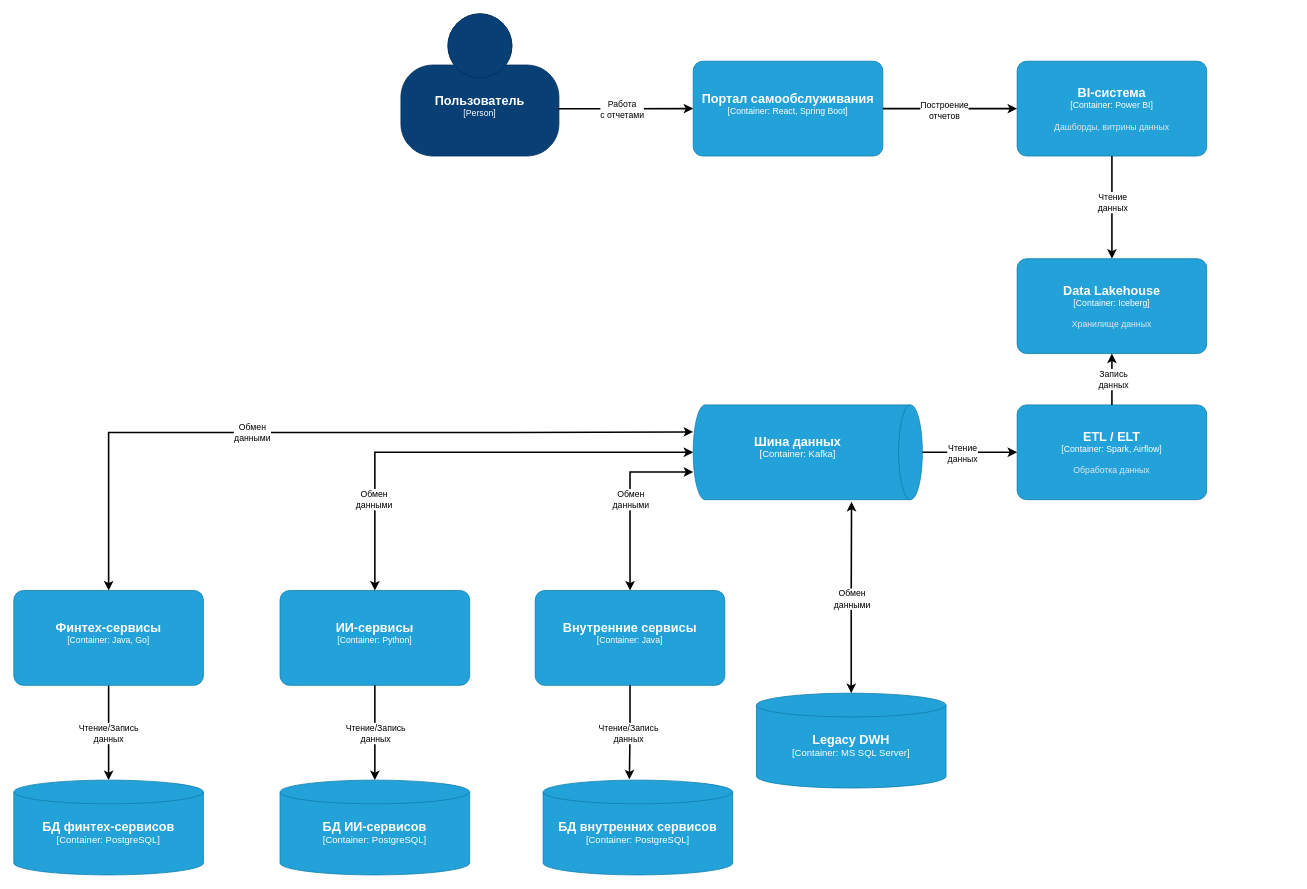
The draw.io diagram Task1/C4-container-diagram.drawio in devdimidved/architecture-future_2_0, before the edit. Source tidied: cells renumbered, new cells numbered last; positions are measured from the earlier drawing's top-left corner, leaving out a move shared by most shapes. Both pictures are drawn from the tidied source at 79%, with x=0, y=0 at pixel (13, 13).
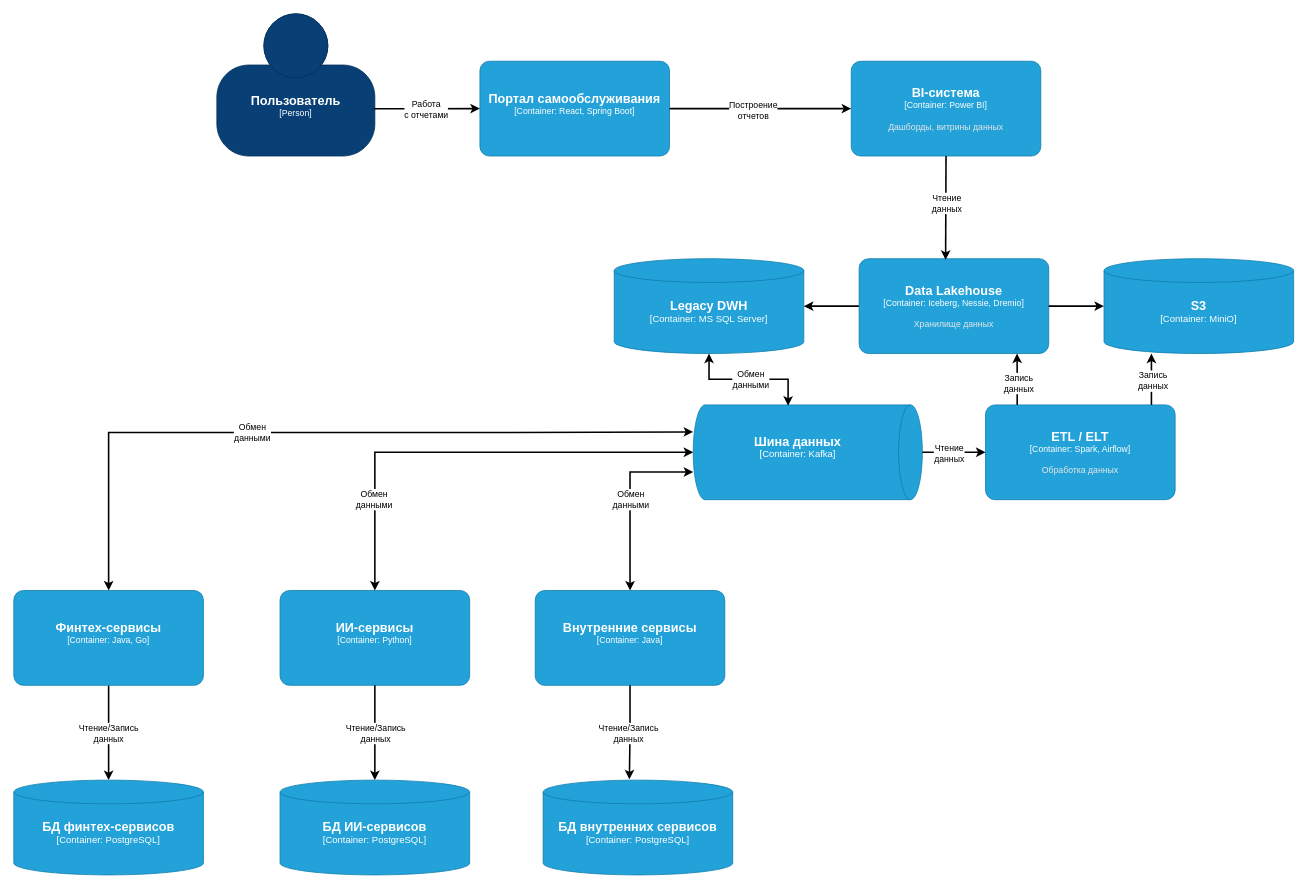
The same page after the edit.

Unchanged cells that the change refers to:
```xml
<object id="3" label="&lt;font style=&quot;font-size: 16px&quot;&gt;&lt;b&gt;%c4Name%&lt;/b&gt;&lt;/font&gt;&lt;div&gt;[%c4Type%:&amp;nbsp;%c4Technology%]&lt;/div&gt;&lt;br&gt;&lt;div&gt;&lt;font style=&quot;font-size: 11px&quot;&gt;&lt;font color=&quot;#E6E6E6&quot;&gt;%c4Description%&lt;/font&gt;&lt;/div&gt;" c4Description="" c4Name="Шина данных" c4Technology="Kafka" c4Type="Container" placeholders="1">
  <mxCell style="shape=cylinder3;size=15;whiteSpace=wrap;html=1;boundedLbl=1;rounded=0;labelBackgroundColor=none;fillColor=#23A2D9;fontSize=12;fontColor=#ffffff;align=center;strokeColor=#0E7DAD;points=[[0.5,0,0],[1,0.25,0],[1,0.5,0],[1,0.75,0],[0.5,1,0],[0,0.75,0],[0,0.5,0],[0,0.25,0]];direction=south;" parent="1" vertex="1">
    <mxGeometry x="860" y="495" width="290" height="120" as="geometry" />
  </mxCell>
</object>
```

Change to the diagram source:
```diff
@@
     <object id="2" label="&lt;font style=&quot;font-size: 16px&quot;&gt;&lt;b&gt;%c4Name%&lt;/b&gt;&lt;/font&gt;&lt;div&gt;[%c4Type%:&amp;nbsp;%c4Technology%]&lt;/div&gt;&lt;br&gt;&lt;div&gt;&lt;font style=&quot;font-size: 11px&quot;&gt;&lt;font color=&quot;#E6E6E6&quot;&gt;%c4Description%&lt;/font&gt;&lt;/div&gt;" c4Description="" c4Name="Legacy DWH" c4Technology="MS SQL Server" c4Type="Container" placeholders="1">
       <mxCell style="shape=cylinder3;size=15;whiteSpace=wrap;html=1;boundedLbl=1;rounded=0;labelBackgroundColor=none;fillColor=#23A2D9;fontSize=12;fontColor=#ffffff;align=center;strokeColor=#0E7DAD;points=[[0.5,0,0],[1,0.25,0],[1,0.5,0],[1,0.75,0],[0.5,1,0],[0,0.75,0],[0,0.5,0],[0,0.25,0]];" parent="1" vertex="1">
-        <mxGeometry x="940" y="860" width="240" height="120" as="geometry" />
+        <mxGeometry x="760" y="310" width="240" height="120" as="geometry" />
       </mxCell>
     </object>
@@
     <object id="4" label="&lt;font style=&quot;font-size: 16px&quot;&gt;&lt;b&gt;%c4Name%&lt;/b&gt;&lt;/font&gt;&lt;div&gt;[%c4Type%]&lt;/div&gt;&lt;br&gt;&lt;div&gt;&lt;font style=&quot;font-size: 11px&quot;&gt;&lt;font color=&quot;#cccccc&quot;&gt;%c4Description%&lt;/font&gt;&lt;/div&gt;" c4Description="" c4Name="Пользователь" c4Type="Person" placeholders="1">
       <mxCell style="html=1;fontSize=11;dashed=0;whiteSpace=wrap;fillColor=#083F75;strokeColor=#06315C;fontColor=#ffffff;shape=mxgraph.c4.person2;align=center;points=[[0.5,0,0],[1,0.5,0],[1,0.75,0],[0.75,1,0],[0.5,1,0],[0.25,1,0],[0,0.75,0],[0,0.5,0]];" parent="1" vertex="1">
-        <mxGeometry x="490" width="200" height="180" as="geometry" />
+        <mxGeometry x="257" width="200" height="180" as="geometry" />
       </mxCell>
     </object>
@@
     <object id="13" label="&lt;font style=&quot;font-size: 16px&quot;&gt;&lt;b&gt;%c4Name%&lt;/b&gt;&lt;/font&gt;&lt;div&gt;[%c4Type%: %c4Technology%]&lt;/div&gt;&lt;br&gt;&lt;div&gt;&lt;font style=&quot;font-size: 11px&quot;&gt;&lt;font color=&quot;#E6E6E6&quot;&gt;%c4Description%&lt;/font&gt;&lt;/div&gt;" c4Description="Обработка данных" c4Name="ETL / ELT" c4Technology="Spark, Airflow" c4Type="Container" placeholders="1">
       <mxCell style="rounded=1;whiteSpace=wrap;html=1;fontSize=11;labelBackgroundColor=none;fillColor=#23A2D9;fontColor=#ffffff;align=center;arcSize=10;strokeColor=#0E7DAD;points=[[0.25,0,0],[0.5,0,0],[0.75,0,0],[1,0.25,0],[1,0.5,0],[1,0.75,0],[0.75,1,0],[0.5,1,0],[0.25,1,0],[0,0.75,0],[0,0.5,0],[0,0.25,0]];" parent="1" vertex="1">
-        <mxGeometry x="1270" y="495" width="240" height="120" as="geometry" />
+        <mxGeometry x="1230" y="495" width="240" height="120" as="geometry" />
       </mxCell>
     </object>
+    <mxCell id="39" style="edgeStyle=orthogonalEdgeStyle;rounded=0;jettySize=auto;html=1;strokeWidth=2;" parent="1" edge="1" source="14" target="2">
+      <mxGeometry relative="1" as="geometry" />
+    </mxCell>
-    <object id="14" label="&lt;font style=&quot;font-size: 16px&quot;&gt;&lt;b&gt;%c4Name%&lt;/b&gt;&lt;/font&gt;&lt;div&gt;[%c4Type%: %c4Technology%]&lt;/div&gt;&lt;br&gt;&lt;div&gt;&lt;font style=&quot;font-size: 11px&quot;&gt;&lt;font color=&quot;#E6E6E6&quot;&gt;%c4Description%&lt;/font&gt;&lt;/div&gt;" c4Description="Хранилище данных" c4Name="Data Lakehouse" c4Technology="Iceberg" c4Type="Container" placeholders="1">
+    <object id="14" label="&lt;font style=&quot;font-size: 16px&quot;&gt;&lt;b&gt;%c4Name%&lt;/b&gt;&lt;/font&gt;&lt;div&gt;[%c4Type%: %c4Technology%]&lt;/div&gt;&lt;br&gt;&lt;div&gt;&lt;font style=&quot;font-size: 11px&quot;&gt;&lt;font color=&quot;#E6E6E6&quot;&gt;%c4Description%&lt;/font&gt;&lt;/div&gt;" c4Description="Хранилище данных" c4Name="Data Lakehouse" c4Technology="Iceberg, Nessie, Dremio" c4Type="Container" placeholders="1">
       <mxCell style="rounded=1;whiteSpace=wrap;html=1;fontSize=11;labelBackgroundColor=none;fillColor=#23A2D9;fontColor=#ffffff;align=center;arcSize=10;strokeColor=#0E7DAD;points=[[0.25,0,0],[0.5,0,0],[0.75,0,0],[1,0.25,0],[1,0.5,0],[1,0.75,0],[0.75,1,0],[0.5,1,0],[0.25,1,0],[0,0.75,0],[0,0.5,0],[0,0.25,0]];" parent="1" vertex="1">
-        <mxGeometry x="1270" y="310" width="240" height="120" as="geometry" />
+        <mxGeometry x="1070" y="310" width="240" height="120" as="geometry" />
       </mxCell>
     </object>
@@
-    <mxCell id="25" style="edgeStyle=orthogonalEdgeStyle;rounded=0;jettySize=auto;html=1;entryX=0.5;entryY=1;entryDx=0;entryDy=0;entryPerimeter=0;strokeWidth=2;" parent="1" edge="1" source="13" target="14">
-      <mxGeometry relative="1" as="geometry" />
-    </mxCell>
-    <mxCell id="26" value="Запись&lt;div&gt;данных&lt;/div&gt;" style="edgeLabel;html=1;align=center;verticalAlign=middle;" parent="25" vertex="1">
-      <mxGeometry x="0.03" y="-1" relative="1" as="geometry" />
-    </mxCell>
@@
-    <mxCell id="29" style="edgeStyle=orthogonalEdgeStyle;rounded=0;jettySize=auto;html=1;entryX=1.023;entryY=0.309;entryDx=0;entryDy=0;entryPerimeter=0;strokeWidth=2;startArrow=classic;startFill=1;" parent="1" edge="1" source="2" target="3">
+    <mxCell id="29" style="edgeStyle=orthogonalEdgeStyle;rounded=0;jettySize=auto;html=1;strokeWidth=2;startArrow=classic;startFill=1;entryX=0.009;entryY=0.586;entryDx=0;entryDy=0;entryPerimeter=0;" parent="1" edge="1" source="2" target="3">
       <mxGeometry relative="1" as="geometry" />
     </mxCell>
-    <mxCell id="30" value="Обмен&lt;div&gt;данными&lt;/div&gt;" style="edgeLabel;html=1;align=center;verticalAlign=middle;" parent="1" vertex="1">
-      <mxGeometry x="1060" y="740" as="geometry" />
+    <mxCell id="30" value="Обмен&lt;div&gt;данными&lt;/div&gt;" style="edgeLabel;html=1;align=center;verticalAlign=middle;" parent="29" vertex="1">
+      <mxGeometry x="0.02" relative="1" as="geometry" />
     </mxCell>
     <object id="31" label="&lt;font style=&quot;font-size: 16px&quot;&gt;&lt;b&gt;%c4Name%&lt;/b&gt;&lt;/font&gt;&lt;div&gt;[%c4Type%: %c4Technology%]&lt;/div&gt;&lt;br&gt;&lt;div&gt;&lt;font style=&quot;font-size: 11px&quot;&gt;&lt;font color=&quot;#E6E6E6&quot;&gt;%c4Description%&lt;/font&gt;&lt;/div&gt;" c4Description="" c4Name="Портал самообслуживания" c4Technology="React, Spring Boot" c4Type="Container" placeholders="1">
       <mxCell style="rounded=1;whiteSpace=wrap;html=1;fontSize=11;labelBackgroundColor=none;fillColor=#23A2D9;fontColor=#ffffff;align=center;arcSize=10;strokeColor=#0E7DAD;points=[[0.25,0,0],[0.5,0,0],[0.75,0,0],[1,0.25,0],[1,0.5,0],[1,0.75,0],[0.75,1,0],[0.5,1,0],[0.25,1,0],[0,0.75,0],[0,0.5,0],[0,0.25,0]];" parent="1" vertex="1">
-        <mxGeometry x="860" y="60" width="240" height="120" as="geometry" />
+        <mxGeometry x="590" y="60" width="240" height="120" as="geometry" />
       </mxCell>
     </object>
     <object id="32" label="&lt;font style=&quot;font-size: 16px&quot;&gt;&lt;b&gt;%c4Name%&lt;/b&gt;&lt;/font&gt;&lt;div&gt;[%c4Type%: %c4Technology%]&lt;/div&gt;&lt;br&gt;&lt;div&gt;&lt;font style=&quot;font-size: 11px&quot;&gt;&lt;font color=&quot;#E6E6E6&quot;&gt;%c4Description%&lt;/font&gt;&lt;/div&gt;" c4Description="Дашборды, витрины данных" c4Name="BI-система" c4Technology="Power BI" c4Type="Container" placeholders="1">
       <mxCell style="rounded=1;whiteSpace=wrap;html=1;fontSize=11;labelBackgroundColor=none;fillColor=#23A2D9;fontColor=#ffffff;align=center;arcSize=10;strokeColor=#0E7DAD;points=[[0.25,0,0],[0.5,0,0],[0.75,0,0],[1,0.25,0],[1,0.5,0],[1,0.75,0],[0.75,1,0],[0.5,1,0],[0.25,1,0],[0,0.75,0],[0,0.5,0],[0,0.25,0]];" parent="1" vertex="1">
-        <mxGeometry x="1270" y="60" width="240" height="120" as="geometry" />
+        <mxGeometry x="1060" y="60" width="240" height="120" as="geometry" />
       </mxCell>
     </object>
-    <mxCell id="33" style="edgeStyle=orthogonalEdgeStyle;rounded=0;jettySize=auto;html=1;entryX=0.5;entryY=0;entryDx=0;entryDy=0;entryPerimeter=0;strokeWidth=2;" parent="1" edge="1" source="32" target="14">
+    <mxCell id="33" style="edgeStyle=orthogonalEdgeStyle;rounded=0;jettySize=auto;html=1;strokeWidth=2;curved=1;entryX=0.456;entryY=0.012;entryDx=0;entryDy=0;entryPerimeter=0;" parent="1" edge="1" source="32" target="14">
       <mxGeometry relative="1" as="geometry" />
     </mxCell>
@@
+    <object id="40" label="&lt;font style=&quot;font-size: 16px&quot;&gt;&lt;b&gt;%c4Name%&lt;/b&gt;&lt;/font&gt;&lt;div&gt;[%c4Type%:&amp;nbsp;%c4Technology%]&lt;/div&gt;&lt;br&gt;&lt;div&gt;&lt;font style=&quot;font-size: 11px&quot;&gt;&lt;font color=&quot;#E6E6E6&quot;&gt;%c4Description%&lt;/font&gt;&lt;/div&gt;" c4Description="" c4Name="S3" c4Technology="MiniO" c4Type="Container" placeholders="1">
+      <mxCell style="shape=cylinder3;size=15;whiteSpace=wrap;html=1;boundedLbl=1;rounded=0;labelBackgroundColor=none;fillColor=#23A2D9;fontSize=12;fontColor=#ffffff;align=center;strokeColor=#0E7DAD;points=[[0.5,0,0],[1,0.25,0],[1,0.5,0],[1,0.75,0],[0.5,1,0],[0,0.75,0],[0,0.5,0],[0,0.25,0]];" parent="1" vertex="1">
+        <mxGeometry x="1380" y="310" width="240" height="120" as="geometry" />
+      </mxCell>
+    </object>
+    <mxCell id="25" style="edgeStyle=orthogonalEdgeStyle;rounded=0;jettySize=auto;html=1;exitX=0.167;exitY=0;exitDx=0;exitDy=0;exitPerimeter=0;entryX=0.833;entryY=1;entryDx=0;entryDy=0;entryPerimeter=0;strokeWidth=2;" parent="1" edge="1" source="13" target="14">
+      <mxGeometry relative="1" as="geometry" />
+    </mxCell>
+    <mxCell id="41" value="Запись&lt;div&gt;данных&lt;/div&gt;" style="edgeLabel;html=1;align=center;verticalAlign=middle;" parent="25" vertex="1">
+      <mxGeometry x="-0.14" y="-1" relative="1" as="geometry" />
+    </mxCell>
+    <mxCell id="42" style="edgeStyle=orthogonalEdgeStyle;rounded=0;jettySize=auto;html=1;entryX=0.25;entryY=1;entryDx=0;entryDy=0;entryPerimeter=0;strokeWidth=2;" parent="1" edge="1" source="13" target="40">
+      <mxGeometry relative="1" as="geometry">
+        <Array as="points">
+          <mxPoint x="1440" y="480" />
+          <mxPoint x="1440" y="480" />
+        </Array>
+      </mxGeometry>
+    </mxCell>
+    <mxCell id="43" value="Запись&lt;div&gt;данных&lt;/div&gt;" style="edgeLabel;html=1;align=center;verticalAlign=middle;" parent="42" vertex="1">
+      <mxGeometry x="-0.04" y="-1" relative="1" as="geometry" />
+    </mxCell>
+    <mxCell id="44" style="edgeStyle=orthogonalEdgeStyle;rounded=0;jettySize=auto;html=1;entryX=0;entryY=0.5;entryDx=0;entryDy=0;entryPerimeter=0;strokeWidth=2;" parent="1" edge="1" source="14" target="40">
+      <mxGeometry relative="1" as="geometry" />
+    </mxCell>
```
